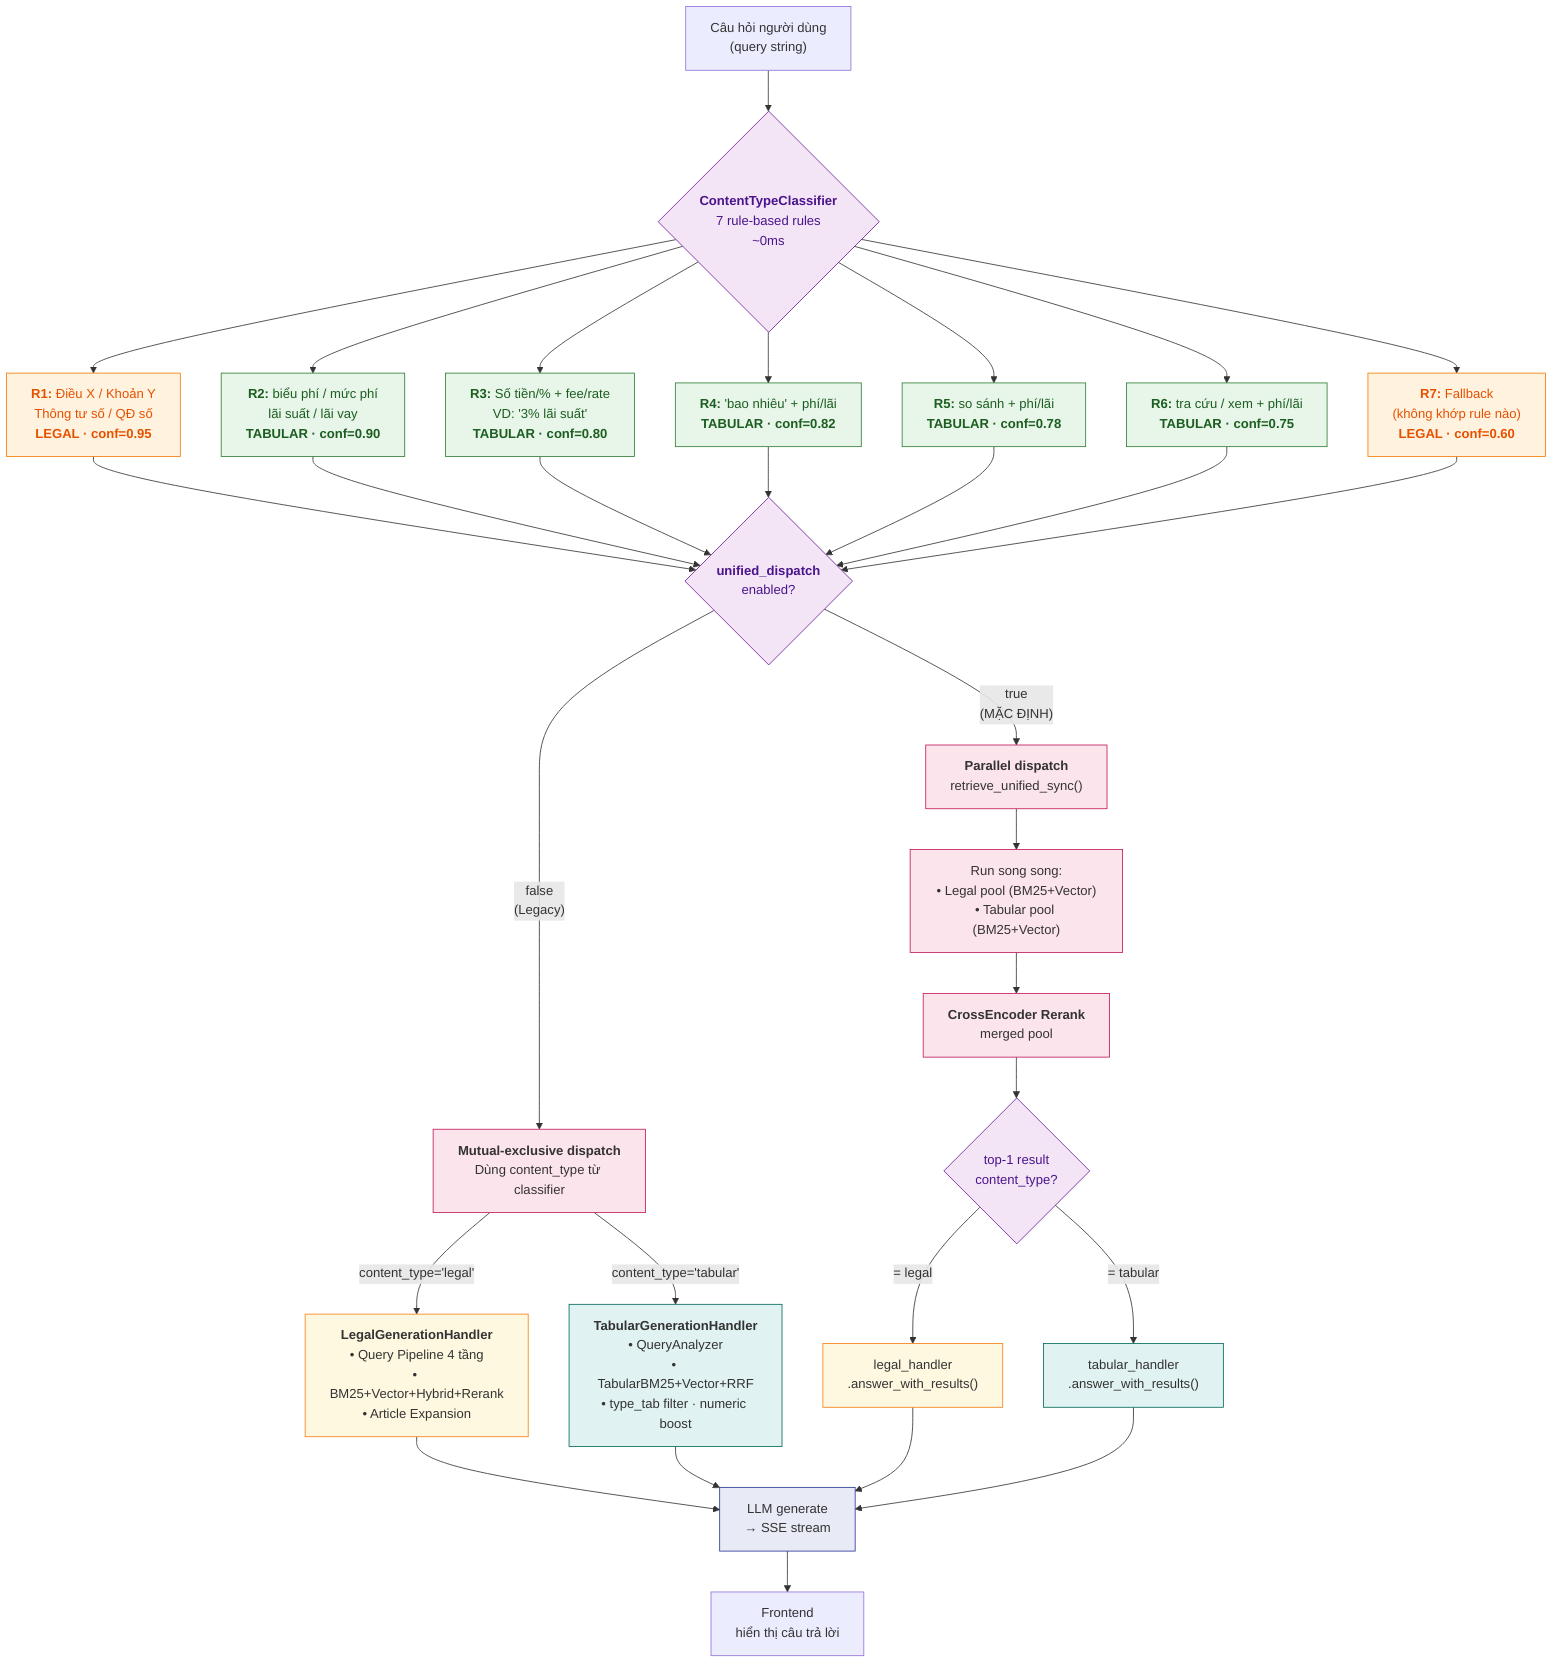
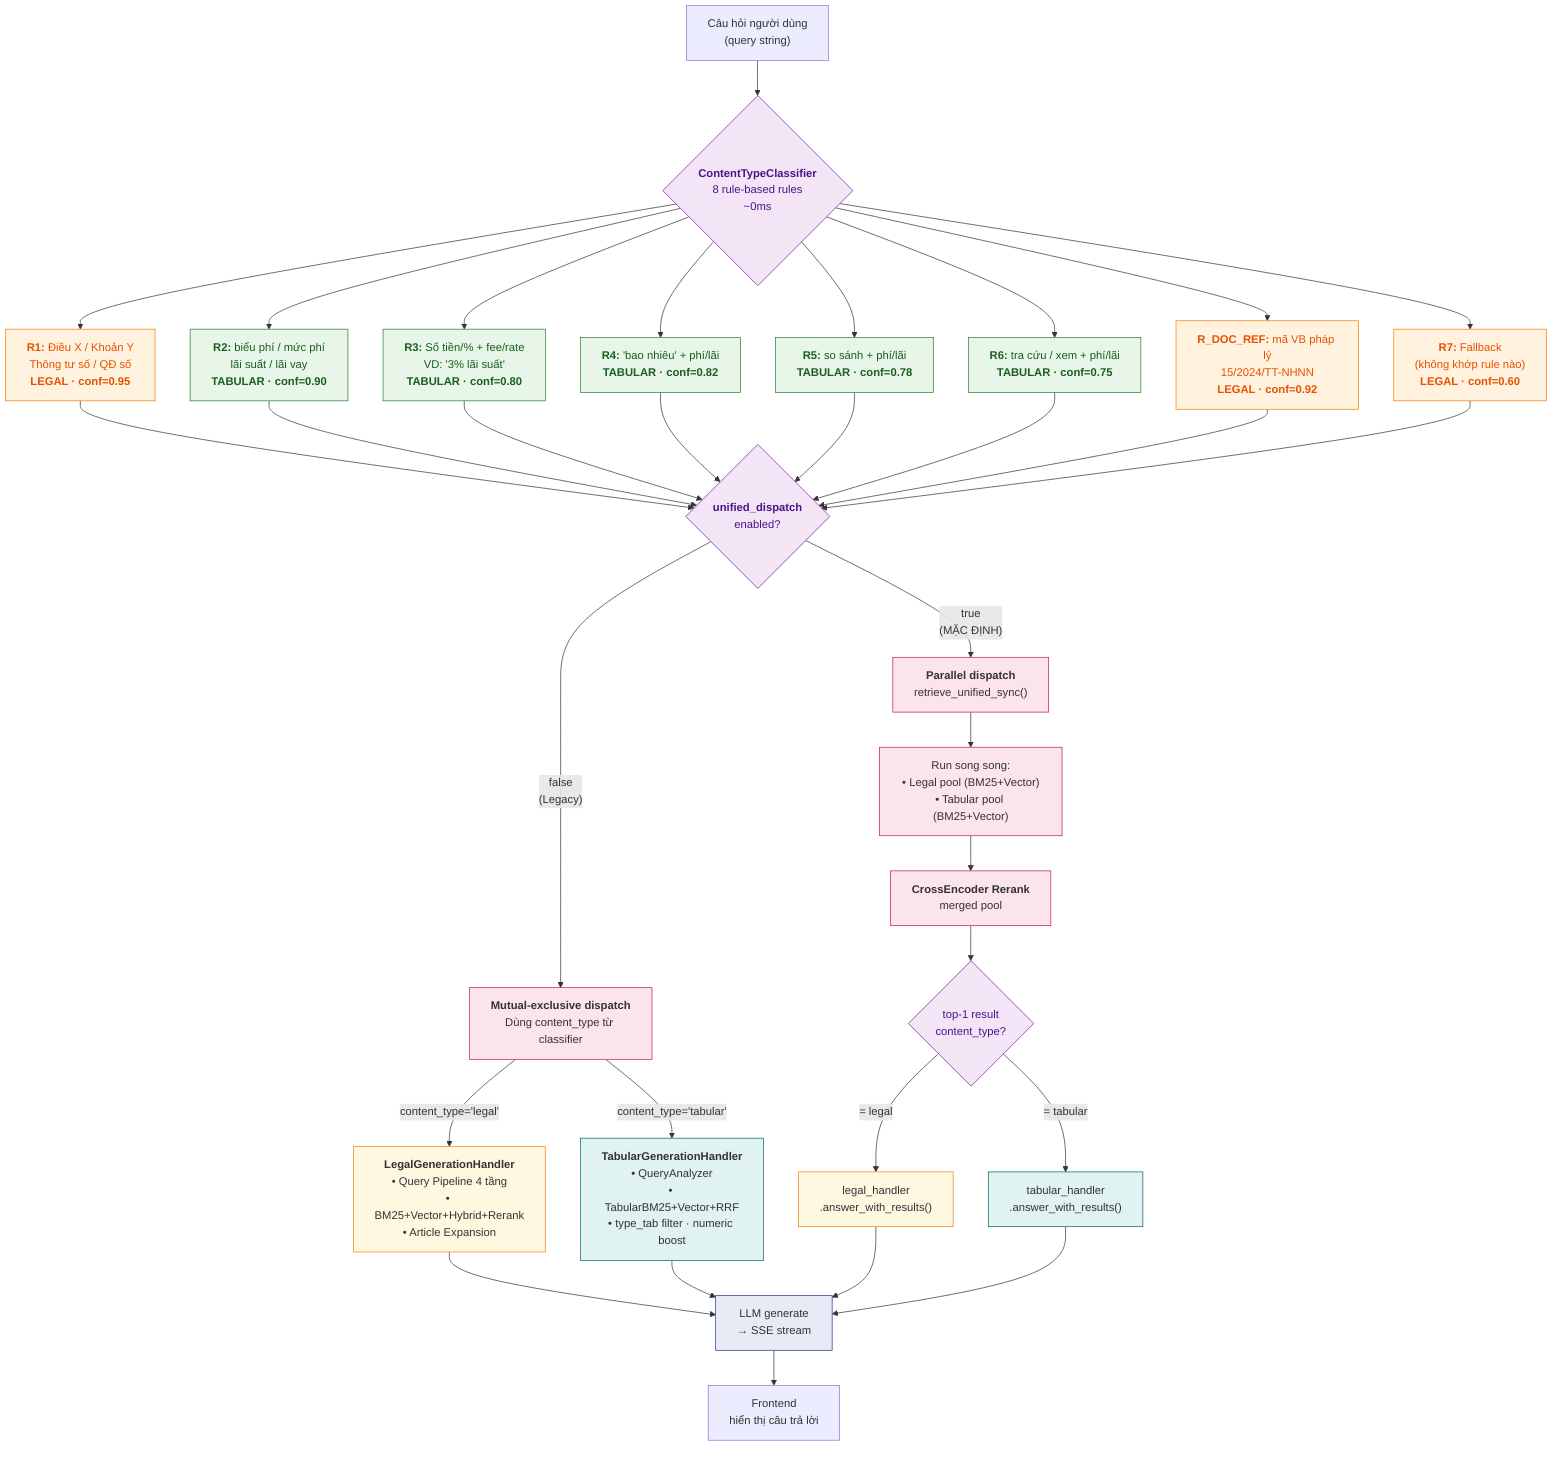
flowchart TB
    Q["Câu hỏi người dùng<br/>(query string)"]

-     CLF{"<b>ContentTypeClassifier</b><br/>7 rule-based rules<br/>~0ms"}
+     CLF{"<b>ContentTypeClassifier</b><br/>8 rule-based rules<br/>~0ms"}

    R1["<b>R1:</b> Điều X / Khoản Y<br/>Thông tư số / QĐ số<br/><b>LEGAL · conf=0.95</b>"]
    R2["<b>R2:</b> biểu phí / mức phí<br/>lãi suất / lãi vay<br/><b>TABULAR · conf=0.90</b>"]
    R3["<b>R3:</b> Số tiền/% + fee/rate<br/>VD: '3% lãi suất'<br/><b>TABULAR · conf=0.80</b>"]
    R4["<b>R4:</b> 'bao nhiêu' + phí/lãi<br/><b>TABULAR · conf=0.82</b>"]
    R5["<b>R5:</b> so sánh + phí/lãi<br/><b>TABULAR · conf=0.78</b>"]
    R6["<b>R6:</b> tra cứu / xem + phí/lãi<br/><b>TABULAR · conf=0.75</b>"]
+     RDR["<b>R_DOC_REF:</b> mã VB pháp lý<br/>15/2024/TT-NHNN<br/><b>LEGAL · conf=0.92</b>"]
    R7["<b>R7:</b> Fallback<br/>(không khớp rule nào)<br/><b>LEGAL · conf=0.60</b>"]

    UD{"<b>unified_dispatch</b><br/>enabled?"}

    UD_T["<b>Parallel dispatch</b><br/>retrieve_unified_sync()"]
    UD_T2["Run song song:<br/>• Legal pool (BM25+Vector)<br/>• Tabular pool (BM25+Vector)"]
    UD_T3["<b>CrossEncoder Rerank</b><br/>merged pool"]
    UD_T4{"top-1 result<br/>content_type?"}

    UD_F["<b>Mutual-exclusive dispatch</b><br/>Dùng content_type từ classifier"]

    LH["<b>LegalGenerationHandler</b><br/>• Query Pipeline 4 tầng<br/>• BM25+Vector+Hybrid+Rerank<br/>• Article Expansion"]
    TH["<b>TabularGenerationHandler</b><br/>• QueryAnalyzer<br/>• TabularBM25+Vector+RRF<br/>• type_tab filter · numeric boost"]
    LH2["legal_handler<br/>.answer_with_results()"]
    TH2["tabular_handler<br/>.answer_with_results()"]

    LLM["LLM generate<br/>→ SSE stream"]
    OUT["Frontend<br/>hiển thị câu trả lời"]

    Q --> CLF
    CLF --> R1
    CLF --> R2
    CLF --> R3
    CLF --> R4
    CLF --> R5
    CLF --> R6
+     CLF --> RDR
    CLF --> R7

    R1 --> UD
    R2 --> UD
    R3 --> UD
    R4 --> UD
    R5 --> UD
    R6 --> UD
+     RDR --> UD
    R7 --> UD

    UD -->|"true<br/>(MẶC ĐỊNH)"| UD_T
    UD -->|"false<br/>(Legacy)"| UD_F

    UD_T --> UD_T2
    UD_T2 --> UD_T3
    UD_T3 --> UD_T4
    UD_T4 -->|"= legal"| LH2
    UD_T4 -->|"= tabular"| TH2

    UD_F -->|"content_type='legal'"| LH
    UD_F -->|"content_type='tabular'"| TH

    LH --> LLM
    TH --> LLM
    LH2 --> LLM
    TH2 --> LLM
    LLM --> OUT

    classDef rule_legal fill:#FFF3E0,stroke:#F57C00,color:#E65100
    classDef rule_tabular fill:#E8F5E9,stroke:#2E7D32,color:#1B5E20
    classDef decision fill:#F3E5F5,stroke:#6A1B9A,color:#4A148C
    classDef handler_legal fill:#FFF8E1,stroke:#F57F17
    classDef handler_tabular fill:#E0F2F1,stroke:#00695C
    classDef dispatch fill:#FCE4EC,stroke:#C2185B
    classDef llm fill:#E8EAF6,stroke:#283593

-     class R1,R7 rule_legal
+     class R1,R7,RDR rule_legal
    class R2,R3,R4,R5,R6 rule_tabular
    class CLF,UD,UD_T4 decision
    class LH,LH2 handler_legal
    class TH,TH2 handler_tabular
    class UD_T,UD_T2,UD_T3,UD_F dispatch
    class LLM llm
